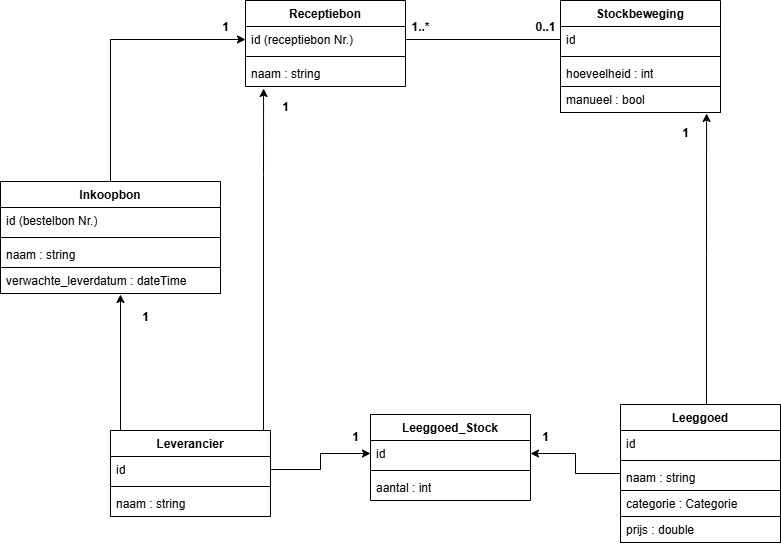
The draw.io diagram bachproef/images/eerd.png in WoutSHOGENT/Bachelorproef, before a commit. Source tidied: cells renumbered, new cells last; positions are measured from the earlier drawing's top-left corner, leaving out a move shared by most shapes.
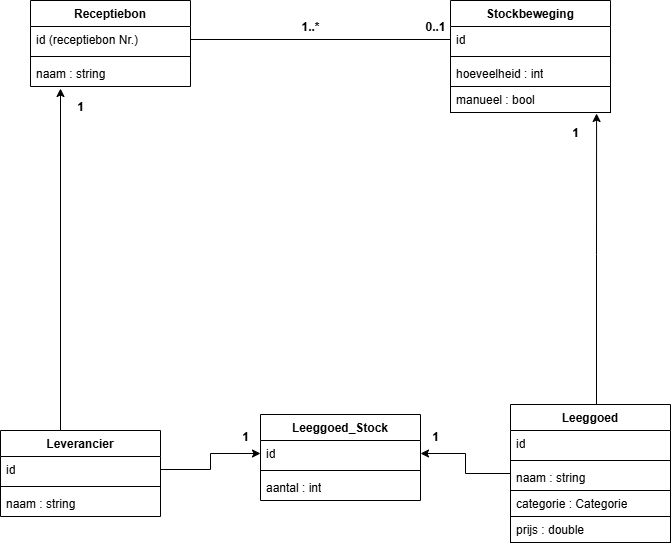
The same diagram one commit later.

Diff of the diagram source:
```diff
@@ -3,7 +3,7 @@
     <mxCell id="0" />
     <mxCell id="1" parent="0" />
     <mxCell id="2" value="Receptiebon" style="swimlane;fontStyle=1;align=center;verticalAlign=top;horizontal=1;startSize=26;whiteSpace=wrap;html=1;" parent="1" vertex="1">
-      <mxGeometry x="245" width="160" height="86" as="geometry" />
+      <mxGeometry x="140" width="160" height="86" as="geometry" />
     </mxCell>
     <mxCell id="3" value="id (receptiebon Nr.)" style="text;strokeColor=none;fillColor=none;align=left;verticalAlign=top;spacingLeft=4;spacingRight=4;overflow=hidden;points=[[0,0.5],[1,0.5]];portConstraint=eastwest;whiteSpace=wrap;html=1;" parent="2" vertex="1">
       <mxGeometry y="26" width="160" height="26" as="geometry" />
@@ -14,24 +14,6 @@
     <mxCell id="5" value="naam : string" style="text;strokeColor=none;fillColor=none;align=left;verticalAlign=top;spacingLeft=4;spacingRight=4;overflow=hidden;points=[[0,0.5],[1,0.5]];portConstraint=eastwest;whiteSpace=wrap;html=1;" parent="2" vertex="1">
       <mxGeometry y="60" width="160" height="26" as="geometry" />
     </mxCell>
-    <mxCell id="6" style="edgeStyle=orthogonalEdgeStyle;rounded=0;jettySize=auto;html=1;entryX=0;entryY=0.5;entryDx=0;entryDy=0;" parent="1" edge="1" source="7" target="3">
-      <mxGeometry relative="1" as="geometry" />
-    </mxCell>
-    <mxCell id="7" value="Inkoopbon" style="swimlane;fontStyle=1;align=center;verticalAlign=top;horizontal=1;startSize=26;whiteSpace=wrap;html=1;" parent="1" vertex="1">
-      <mxGeometry y="181" width="220" height="112" as="geometry" />
-    </mxCell>
-    <mxCell id="8" value="id (bestelbon Nr.)" style="text;strokeColor=none;fillColor=none;align=left;verticalAlign=top;spacingLeft=4;spacingRight=4;overflow=hidden;whiteSpace=wrap;html=1;" parent="7" vertex="1">
-      <mxGeometry y="26" width="220" height="26" as="geometry" />
-    </mxCell>
-    <mxCell id="9" style="line;strokeWidth=1;fillColor=none;align=left;verticalAlign=middle;spacingTop=-1;spacingLeft=3;spacingRight=3;labelPosition=right;strokeColor=inherit;" parent="7" vertex="1">
-      <mxGeometry y="52" width="220" height="8" as="geometry" />
-    </mxCell>
-    <mxCell id="10" value="naam : string" style="text;strokeColor=none;fillColor=none;align=left;verticalAlign=top;spacingLeft=4;spacingRight=4;overflow=hidden;whiteSpace=wrap;html=1;" parent="7" vertex="1">
-      <mxGeometry y="60" width="220" height="26" as="geometry" />
-    </mxCell>
-    <mxCell id="11" value="verwachte_leverdatum : dateTime" style="text;strokeColor=default;fillColor=none;align=left;verticalAlign=top;spacingLeft=4;spacingRight=4;overflow=hidden;whiteSpace=wrap;html=1;" parent="7" vertex="1">
-      <mxGeometry y="86" width="220" height="26" as="geometry" />
-    </mxCell>
     <mxCell id="12" value="Stockbeweging" style="swimlane;fontStyle=1;align=center;verticalAlign=top;horizontal=1;startSize=26;whiteSpace=wrap;html=1;" parent="1" vertex="1">
       <mxGeometry x="560" width="160" height="112" as="geometry" />
     </mxCell>
@@ -88,19 +70,11 @@
         </Array>
       </mxGeometry>
     </mxCell>
-    <mxCell id="29" style="edgeStyle=orthogonalEdgeStyle;rounded=0;jettySize=auto;html=1;" parent="1" edge="1" source="24">
-      <mxGeometry relative="1" as="geometry">
-        <mxPoint x="120" y="294" as="targetPoint" />
-        <Array as="points">
-          <mxPoint x="120" y="294" />
-        </Array>
-      </mxGeometry>
-    </mxCell>
-    <mxCell id="30" style="edgeStyle=orthogonalEdgeStyle;rounded=0;jettySize=auto;html=1;entryX=0.113;entryY=1.077;entryDx=0;entryDy=0;entryPerimeter=0;" parent="1" edge="1" source="24" target="5">
+    <mxCell id="30" style="edgeStyle=orthogonalEdgeStyle;rounded=0;jettySize=auto;html=1;" parent="1" edge="1" source="24">
       <mxGeometry relative="1" as="geometry">
+        <mxPoint x="170" y="88" as="targetPoint" />
         <Array as="points">
-          <mxPoint x="263" y="174" />
-          <mxPoint x="263" y="174" />
+          <mxPoint x="170" y="88" />
         </Array>
       </mxGeometry>
     </mxCell>
@@ -108,14 +82,8 @@
       <mxGeometry x="670" y="120" width="30" height="26" as="geometry" />
     </mxCell>
     <mxCell id="32" value="1" style="text;align=center;fontStyle=1;verticalAlign=middle;spacingLeft=3;spacingRight=3;strokeColor=none;html=1;" parent="1" vertex="1">
-      <mxGeometry x="270" y="94" width="30" height="26" as="geometry" />
+      <mxGeometry x="175" y="94" width="30" height="26" as="geometry" />
     </mxCell>
-    <mxCell id="33" value="1" style="text;align=center;fontStyle=1;verticalAlign=middle;spacingLeft=3;spacingRight=3;strokeColor=none;html=1;" parent="1" vertex="1">
-      <mxGeometry x="130" y="304" width="30" height="26" as="geometry" />
-    </mxCell>
-    <mxCell id="34" value="1" style="text;align=center;fontStyle=1;verticalAlign=middle;spacingLeft=3;spacingRight=3;strokeColor=none;html=1;" parent="1" vertex="1">
-      <mxGeometry x="210" y="14" width="30" height="26" as="geometry" />
-    </mxCell>
     <mxCell id="35" style="edgeStyle=orthogonalEdgeStyle;rounded=0;jettySize=auto;html=1;entryX=1;entryY=0.5;entryDx=0;entryDy=0;endArrow=none;endFill=0;" parent="1" edge="1" source="13" target="3">
       <mxGeometry relative="1" as="geometry" />
     </mxCell>
```
